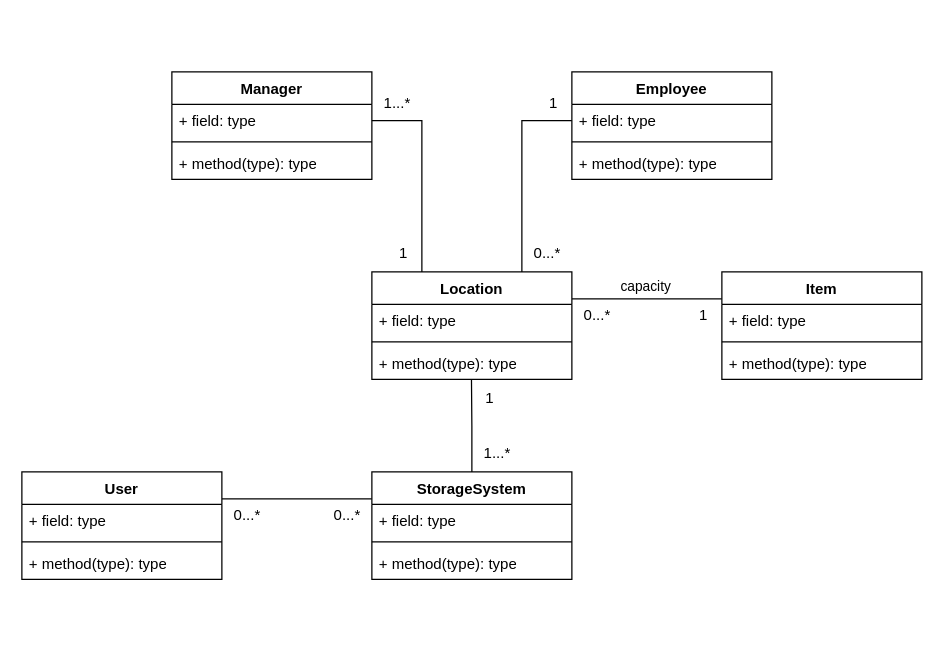
This is Untitled Diagram.drawio from DimeuWasTaken/SOA, a draw.io file, before an edit. Source tidied: cells renumbered, new cells numbered last; positions are measured from the earlier drawing's top-left corner, leaving out a move shared by most shapes. Both pictures are drawn from the tidied source at 125%, with x=0, y=0 at pixel (21, 71).
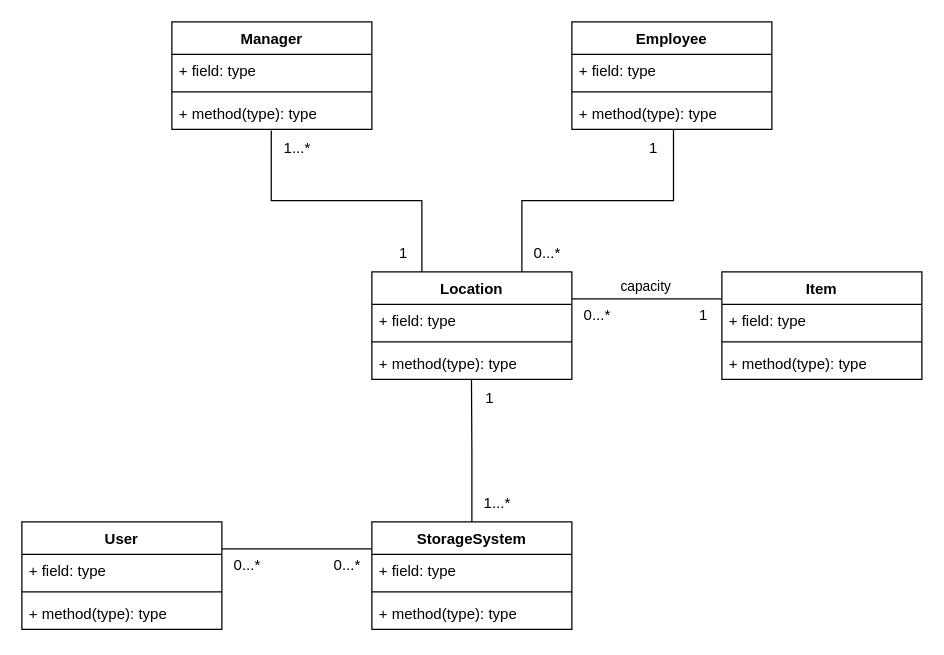
The same diagram, later.

The change refers to these unchanged cells:
```xml
<mxCell id="4" value="Location" style="swimlane;fontStyle=1;align=center;verticalAlign=top;horizontal=1;startSize=26;whiteSpace=wrap;html=1;" parent="1" vertex="1">
  <mxGeometry x="280" y="160" width="160" height="86" as="geometry" />
</mxCell>
<mxCell id="19" value="+ field: type" style="text;strokeColor=none;fillColor=none;align=left;verticalAlign=top;spacingLeft=4;spacingRight=4;overflow=hidden;points=[[0,0.5],[1,0.5]];portConstraint=eastwest;whiteSpace=wrap;html=1;" parent="18" vertex="1">
  <mxGeometry y="26" width="160" height="26" as="geometry" />
</mxCell>
<mxCell id="21" value="+ method(type): type" style="text;strokeColor=none;fillColor=none;align=left;verticalAlign=top;spacingLeft=4;spacingRight=4;overflow=hidden;points=[[0,0.5],[1,0.5]];portConstraint=eastwest;whiteSpace=wrap;html=1;" parent="18" vertex="1">
  <mxGeometry y="60" width="160" height="26" as="geometry" />
</mxCell>
<mxCell id="23" value="+ field: type" style="text;strokeColor=none;fillColor=none;align=left;verticalAlign=top;spacingLeft=4;spacingRight=4;overflow=hidden;points=[[0,0.5],[1,0.5]];portConstraint=eastwest;whiteSpace=wrap;html=1;" parent="22" vertex="1">
  <mxGeometry y="26" width="160" height="26" as="geometry" />
</mxCell>
<mxCell id="25" value="+ method(type): type" style="text;strokeColor=none;fillColor=none;align=left;verticalAlign=top;spacingLeft=4;spacingRight=4;overflow=hidden;points=[[0,0.5],[1,0.5]];portConstraint=eastwest;whiteSpace=wrap;html=1;" parent="22" vertex="1">
  <mxGeometry y="60" width="160" height="26" as="geometry" />
</mxCell>
```

The edit, as a diff of the source:
```diff
@@
     <mxCell id="9" value="User&lt;br&gt;" style="swimlane;fontStyle=1;align=center;verticalAlign=top;horizontal=1;startSize=26;whiteSpace=wrap;html=1;" parent="1" vertex="1">
-      <mxGeometry y="320" width="160" height="86" as="geometry" />
+      <mxGeometry y="360" width="160" height="86" as="geometry" />
     </mxCell>
@@
     <mxCell id="13" value="0...*" style="text;html=1;align=center;verticalAlign=middle;strokeColor=none;fillColor=none;" parent="1" vertex="1">
-      <mxGeometry x="240" y="340" width="40" height="30" as="geometry" />
+      <mxGeometry x="240" y="380" width="40" height="30" as="geometry" />
     </mxCell>
@@
     <mxCell id="18" value="Manager" style="swimlane;fontStyle=1;align=center;verticalAlign=top;horizontal=1;startSize=26;whiteSpace=wrap;html=1;" parent="1" vertex="1">
-      <mxGeometry x="120" width="160" height="86" as="geometry" />
+      <mxGeometry x="120" y="-40" width="160" height="86" as="geometry" />
     </mxCell>
@@
     <mxCell id="22" value="Employee" style="swimlane;fontStyle=1;align=center;verticalAlign=top;horizontal=1;startSize=26;whiteSpace=wrap;html=1;" parent="1" vertex="1">
-      <mxGeometry x="440" width="160" height="86" as="geometry" />
+      <mxGeometry x="440" y="-40" width="160" height="86" as="geometry" />
     </mxCell>
@@
     <mxCell id="26" value="1...*" style="text;html=1;align=center;verticalAlign=middle;strokeColor=none;fillColor=none;" parent="1" vertex="1">
-      <mxGeometry x="280" y="10" width="40" height="30" as="geometry" />
+      <mxGeometry x="200" y="46" width="40" height="30" as="geometry" />
     </mxCell>
@@
     <mxCell id="28" value="0...*" style="text;html=1;align=center;verticalAlign=middle;strokeColor=none;fillColor=none;" parent="1" vertex="1">
-      <mxGeometry x="160" y="340" width="40" height="30" as="geometry" />
+      <mxGeometry x="160" y="380" width="40" height="30" as="geometry" />
     </mxCell>
     <mxCell id="29" value="1" style="text;html=1;align=center;verticalAlign=middle;strokeColor=none;fillColor=none;" parent="1" vertex="1">
-      <mxGeometry x="410" y="10" width="30" height="30" as="geometry" />
+      <mxGeometry x="490" y="46" width="30" height="30" as="geometry" />
     </mxCell>
@@
     <mxCell id="33" value="StorageSystem" style="swimlane;fontStyle=1;align=center;verticalAlign=top;horizontal=1;startSize=26;whiteSpace=wrap;html=1;" parent="1" vertex="1">
-      <mxGeometry x="280" y="320" width="160" height="86" as="geometry" />
+      <mxGeometry x="280" y="360" width="160" height="86" as="geometry" />
     </mxCell>
@@
     <mxCell id="38" value="1...*" style="text;html=1;align=center;verticalAlign=middle;strokeColor=none;fillColor=none;" parent="1" vertex="1">
-      <mxGeometry x="360" y="290" width="40" height="30" as="geometry" />
+      <mxGeometry x="360" y="330" width="40" height="30" as="geometry" />
     </mxCell>
@@
-    <mxCell id="40" style="edgeStyle=orthogonalEdgeStyle;rounded=0;jettySize=auto;html=1;exitX=1;exitY=0.5;exitDx=0;exitDy=0;entryX=0.25;entryY=0;entryDx=0;entryDy=0;endArrow=none;endFill=0;" parent="1" edge="1" source="19" target="4">
+    <mxCell id="40" style="edgeStyle=orthogonalEdgeStyle;rounded=0;jettySize=auto;html=1;exitX=0.497;exitY=1.031;exitDx=0;exitDy=0;entryX=0.25;entryY=0;entryDx=0;entryDy=0;endArrow=none;endFill=0;exitPerimeter=0;" parent="1" edge="1" source="21" target="4">
       <mxGeometry relative="1" as="geometry" />
     </mxCell>
-    <mxCell id="41" style="edgeStyle=orthogonalEdgeStyle;rounded=0;jettySize=auto;html=1;exitX=0;exitY=0.5;exitDx=0;exitDy=0;entryX=0.75;entryY=0;entryDx=0;entryDy=0;endArrow=none;endFill=0;" parent="1" edge="1" source="23" target="4">
+    <mxCell id="41" style="edgeStyle=orthogonalEdgeStyle;rounded=0;jettySize=auto;html=1;exitX=0.508;exitY=1;exitDx=0;exitDy=0;entryX=0.75;entryY=0;entryDx=0;entryDy=0;endArrow=none;endFill=0;exitPerimeter=0;" parent="1" edge="1" source="25" target="4">
       <mxGeometry relative="1" as="geometry" />
     </mxCell>
```
